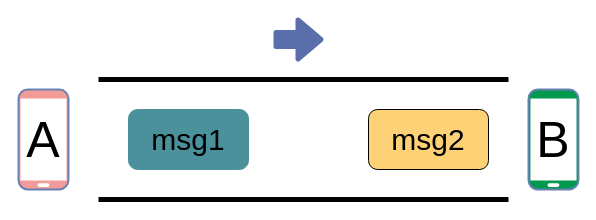
The draw.io diagram network/正常发送数据包.drawio in xiaobaiTech/image, before the edit. Source tidied: cells renumbered, new cells numbered last; positions are measured from the earlier drawing's top-left corner, leaving out a move shared by most shapes. Both pictures are drawn from the tidied source at 100%, with x=0, y=0 at pixel (18, 39).
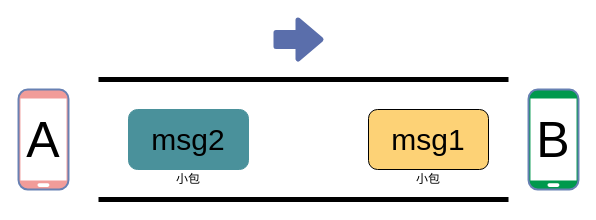
The same page after the edit.

Commit message:
Update 正常发送数据包.drawio

What changed in the source:
```diff
@@
 <mxGraphModel background="#ffffff">
   <root>
     <mxCell id="0" />
     <mxCell id="1" parent="0" />
-    <mxCell id="2" value="&lt;font style=&quot;font-size: 30px&quot;&gt;msg1&lt;/font&gt;" style="rounded=1;whiteSpace=wrap;html=1;fillColor=#4A919B;strokeColor=#4A919B;" parent="1" vertex="1">
+    <mxCell id="2" value="&lt;font style=&quot;font-size: 30px&quot;&gt;msg2&lt;/font&gt;" style="rounded=1;whiteSpace=wrap;html=1;fillColor=#4A919B;strokeColor=#4A919B;" parent="1" vertex="1">
       <mxGeometry x="110" y="70" width="120" height="60" as="geometry" />
     </mxCell>
-    <mxCell id="3" value="&lt;font style=&quot;font-size: 30px&quot;&gt;msg2&lt;/font&gt;" style="rounded=1;whiteSpace=wrap;html=1;fillColor=#FDD276;" parent="1" vertex="1">
+    <mxCell id="3" value="&lt;font style=&quot;font-size: 30px&quot;&gt;msg1&lt;/font&gt;" style="rounded=1;whiteSpace=wrap;html=1;fillColor=#FDD276;" parent="1" vertex="1">
       <mxGeometry x="350" y="70" width="120" height="60" as="geometry" />
     </mxCell>
     <mxCell id="4" style="endArrow=none;html=1;strokeWidth=5;" parent="1" edge="1">
       <mxGeometry relative="1" as="geometry">
         <mxPoint x="80" y="160" as="sourcePoint" />
         <mxPoint x="490" y="160" as="targetPoint" />
       </mxGeometry>
     </mxCell>
     <mxCell id="5" style="endArrow=none;html=1;strokeWidth=5;" parent="1" edge="1">
       <mxGeometry relative="1" as="geometry">
         <mxPoint x="80" y="40" as="sourcePoint" />
         <mxPoint x="490" y="40" as="targetPoint" />
       </mxGeometry>
     </mxCell>
     <mxCell id="6" style="fontColor=#0066CC;verticalAlign=top;verticalLabelPosition=bottom;labelPosition=center;align=center;html=1;strokeColor=#6881B3;gradientColor=none;gradientDirection=north;strokeWidth=2;shape=mxgraph.networks.mobile;fillColor=#F19C99;" parent="1" vertex="1">
       <mxGeometry y="50" width="50" height="100" as="geometry" />
     </mxCell>
     <mxCell id="7" value="&lt;font style=&quot;font-size: 50px&quot;&gt;A&lt;/font&gt;" style="text;html=1;strokeColor=none;fillColor=none;align=center;verticalAlign=middle;whiteSpace=wrap;rounded=0;" parent="1" vertex="1">
       <mxGeometry x="5" y="90" width="40" height="20" as="geometry" />
     </mxCell>
     <mxCell id="8" style="fontColor=#0066CC;verticalAlign=top;verticalLabelPosition=bottom;labelPosition=center;align=center;html=1;strokeColor=#6881B3;gradientColor=none;gradientDirection=north;strokeWidth=2;shape=mxgraph.networks.mobile;fillColor=#00994D;" parent="1" vertex="1">
       <mxGeometry x="510" y="50" width="50" height="100" as="geometry" />
     </mxCell>
     <mxCell id="9" value="&lt;font style=&quot;font-size: 50px&quot;&gt;B&lt;/font&gt;" style="text;html=1;strokeColor=none;fillColor=none;align=center;verticalAlign=middle;whiteSpace=wrap;rounded=0;" parent="1" vertex="1">
       <mxGeometry x="515" y="90" width="40" height="20" as="geometry" />
     </mxCell>
     <mxCell id="10" style="shape=flexArrow;endArrow=classic;html=1;strokeWidth=5;strokeColor=#5A6EAB;fillColor=#5A6EAB;" parent="1" edge="1">
       <mxGeometry relative="1" as="geometry">
         <mxPoint x="255" as="sourcePoint" />
         <mxPoint x="305" as="targetPoint" />
       </mxGeometry>
     </mxCell>
+    <mxCell id="11" value="小包" style="text;html=1;strokeColor=none;fillColor=none;align=center;verticalAlign=middle;whiteSpace=wrap;rounded=0;" parent="1" vertex="1">
+      <mxGeometry x="150" y="130" width="40" height="20" as="geometry" />
+    </mxCell>
+    <mxCell id="12" value="小包" style="text;html=1;strokeColor=none;fillColor=none;align=center;verticalAlign=middle;whiteSpace=wrap;rounded=0;" parent="1" vertex="1">
+      <mxGeometry x="390" y="130" width="40" height="20" as="geometry" />
+    </mxCell>
   </root>
 </mxGraphModel>
```
